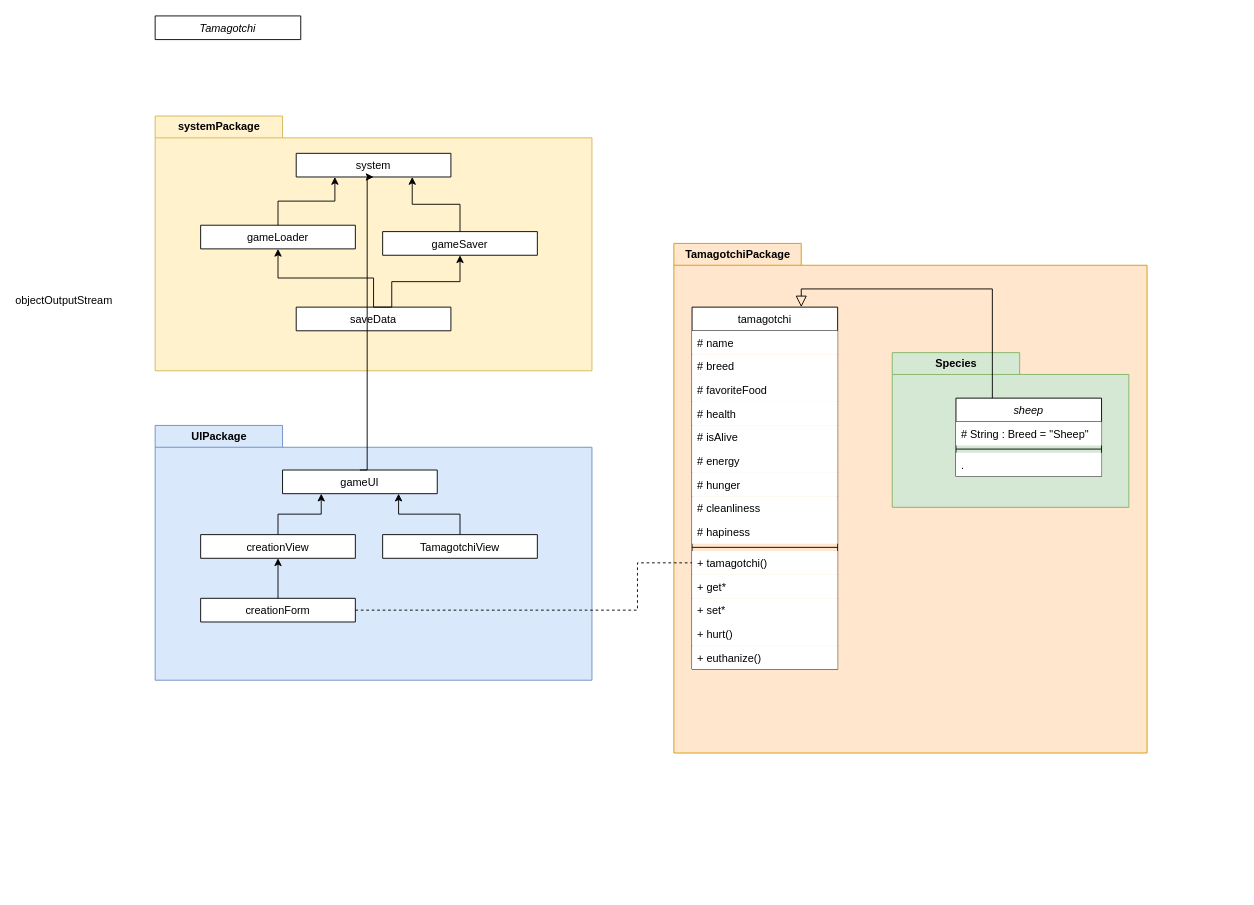
Earlier version of the draw.io diagram docs/classe.drawio (TheoGicquel/EggFriend). Source tidied: cells renumbered, new cells numbered last; positions are measured from the earlier drawing's top-left corner, leaving out a move shared by most shapes. Both pictures are drawn from the tidied source at 91%, with x=0, y=0 at pixel (36, 15).
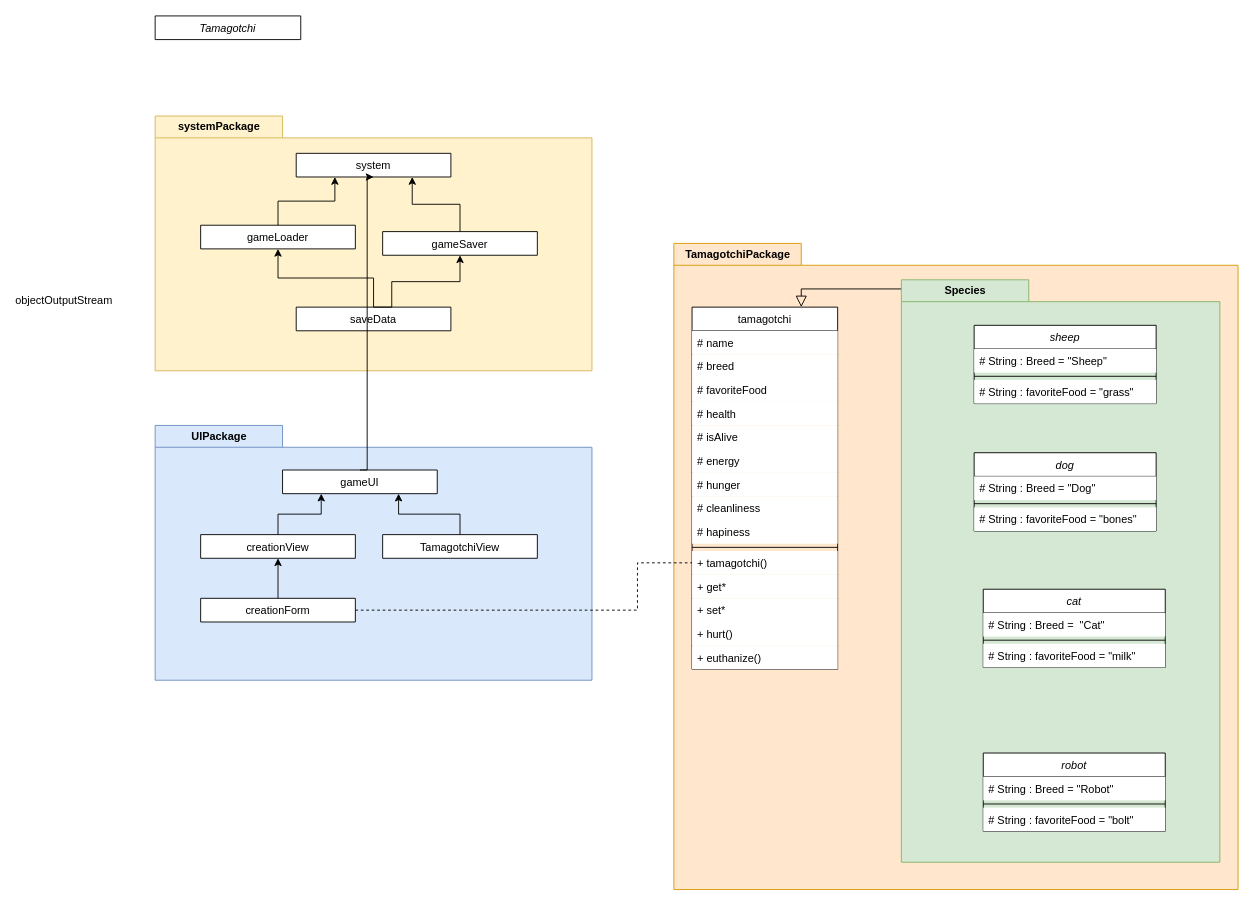
After the change.

What changed in the source:
```diff
@@
     <mxCell id="4" value="TamagotchiPackage" style="shape=folder;fontStyle=1;tabWidth=140;tabHeight=24;tabPosition=left;html=1;boundedLbl=1;labelInHeader=1;fillColor=#ffe6cc;strokeColor=#d79b00;" parent="1" vertex="1">
-      <mxGeometry x="700" y="250" width="520" height="560" as="geometry" />
+      <mxGeometry x="700" y="250" width="620" height="710" as="geometry" />
     </mxCell>
-    <mxCell id="5" value="Species" style="shape=folder;fontStyle=1;tabWidth=140;tabHeight=24;tabPosition=left;html=1;boundedLbl=1;labelInHeader=1;fillColor=#d5e8d4;strokeColor=#82b366;" parent="4" vertex="1">
-      <mxGeometry x="240" y="120" width="260" height="170" as="geometry" />
-    </mxCell>
-    <mxCell id="6" value="sheep" style="swimlane;fontStyle=2;align=center;verticalAlign=top;horizontal=1;startSize=26;rounded=0;shadow=0;strokeWidth=1;" parent="5" vertex="1">
-      <mxGeometry x="70" y="50" width="160" height="86" as="geometry" />
-    </mxCell>
-    <mxCell id="7" value="# String : Breed = &quot;Sheep&quot;" style="text;align=left;verticalAlign=top;spacingLeft=4;spacingRight=4;overflow=hidden;fillColor=default;" parent="6" vertex="1">
-      <mxGeometry y="26" width="160" height="26" as="geometry" />
-    </mxCell>
-    <mxCell id="8" style="line;html=1;strokeWidth=1;align=left;verticalAlign=middle;spacingTop=-1;spacingLeft=3;spacingRight=3;labelPosition=right;" parent="6" vertex="1">
-      <mxGeometry y="52" width="160" height="8" as="geometry" />
-    </mxCell>
-    <mxCell id="9" value="." style="text;align=left;verticalAlign=top;spacingLeft=4;spacingRight=4;overflow=hidden;fillColor=default;" parent="6" vertex="1">
-      <mxGeometry y="60" width="160" height="26" as="geometry" />
-    </mxCell>
@@
+    <mxCell id="5" value="Species" style="shape=folder;fontStyle=1;tabWidth=140;tabHeight=24;tabPosition=left;html=1;boundedLbl=1;labelInHeader=1;fillColor=#d5e8d4;strokeColor=#82b366;" parent="4" vertex="1">
+      <mxGeometry x="250" y="40" width="350" height="640" as="geometry" />
+    </mxCell>
+    <mxCell id="6" value="sheep" style="swimlane;fontStyle=2;align=center;verticalAlign=top;horizontal=1;startSize=26;rounded=0;shadow=0;strokeWidth=1;" parent="5" vertex="1">
+      <mxGeometry x="80" y="50" width="200" height="86" as="geometry" />
+    </mxCell>
+    <mxCell id="7" value="# String : Breed = &quot;Sheep&quot;" style="text;align=left;verticalAlign=top;spacingLeft=4;spacingRight=4;overflow=hidden;fillColor=default;" parent="6" vertex="1">
+      <mxGeometry y="26" width="200" height="26" as="geometry" />
+    </mxCell>
+    <mxCell id="8" style="line;html=1;strokeWidth=1;align=left;verticalAlign=middle;spacingTop=-1;spacingLeft=3;spacingRight=3;labelPosition=right;" parent="6" vertex="1">
+      <mxGeometry y="52" width="200" height="8" as="geometry" />
+    </mxCell>
+    <mxCell id="9" value="# String : favoriteFood = &quot;grass&quot;&#10;" style="text;align=left;verticalAlign=top;spacingLeft=4;spacingRight=4;overflow=hidden;fillColor=default;" parent="6" vertex="1">
+      <mxGeometry y="60" width="200" height="26" as="geometry" />
+    </mxCell>
+    <mxCell id="54" value="dog" style="swimlane;fontStyle=2;align=center;verticalAlign=top;horizontal=1;startSize=26;rounded=0;shadow=0;strokeWidth=1;" parent="5" vertex="1">
+      <mxGeometry x="80" y="190" width="200" height="86" as="geometry" />
+    </mxCell>
+    <mxCell id="55" value="# String : Breed = &quot;Dog&quot;" style="text;align=left;verticalAlign=top;spacingLeft=4;spacingRight=4;overflow=hidden;fillColor=default;" parent="54" vertex="1">
+      <mxGeometry y="26" width="200" height="26" as="geometry" />
+    </mxCell>
+    <mxCell id="56" style="line;html=1;strokeWidth=1;align=left;verticalAlign=middle;spacingTop=-1;spacingLeft=3;spacingRight=3;labelPosition=right;" parent="54" vertex="1">
+      <mxGeometry y="52" width="200" height="8" as="geometry" />
+    </mxCell>
+    <mxCell id="57" value="# String : favoriteFood = &quot;bones&quot;&#10;" style="text;align=left;verticalAlign=top;spacingLeft=4;spacingRight=4;overflow=hidden;fillColor=default;" parent="54" vertex="1">
+      <mxGeometry y="60" width="200" height="26" as="geometry" />
+    </mxCell>
+    <mxCell id="58" value="cat&#10;&#10;" style="swimlane;fontStyle=2;align=center;verticalAlign=top;horizontal=1;startSize=26;rounded=0;shadow=0;strokeWidth=1;" parent="5" vertex="1">
+      <mxGeometry x="90" y="340" width="200" height="86" as="geometry" />
+    </mxCell>
+    <mxCell id="59" value="# String : Breed =  &quot;Cat&quot;" style="text;align=left;verticalAlign=top;spacingLeft=4;spacingRight=4;overflow=hidden;fillColor=default;" parent="58" vertex="1">
+      <mxGeometry y="26" width="200" height="26" as="geometry" />
+    </mxCell>
+    <mxCell id="60" style="line;html=1;strokeWidth=1;align=left;verticalAlign=middle;spacingTop=-1;spacingLeft=3;spacingRight=3;labelPosition=right;" parent="58" vertex="1">
+      <mxGeometry y="52" width="200" height="8" as="geometry" />
+    </mxCell>
+    <mxCell id="61" value="# String : favoriteFood = &quot;milk&quot;&#10;" style="text;align=left;verticalAlign=top;spacingLeft=4;spacingRight=4;overflow=hidden;fillColor=default;" parent="58" vertex="1">
+      <mxGeometry y="60" width="200" height="26" as="geometry" />
+    </mxCell>
+    <mxCell id="62" value="robot" style="swimlane;fontStyle=2;align=center;verticalAlign=top;horizontal=1;startSize=26;rounded=0;shadow=0;strokeWidth=1;" parent="5" vertex="1">
+      <mxGeometry x="90" y="520" width="200" height="86" as="geometry" />
+    </mxCell>
+    <mxCell id="63" value="# String : Breed = &quot;Robot&quot;" style="text;align=left;verticalAlign=top;spacingLeft=4;spacingRight=4;overflow=hidden;fillColor=default;" parent="62" vertex="1">
+      <mxGeometry y="26" width="200" height="26" as="geometry" />
+    </mxCell>
+    <mxCell id="64" style="line;html=1;strokeWidth=1;align=left;verticalAlign=middle;spacingTop=-1;spacingLeft=3;spacingRight=3;labelPosition=right;" parent="62" vertex="1">
+      <mxGeometry y="52" width="200" height="8" as="geometry" />
+    </mxCell>
+    <mxCell id="65" value="# String : favoriteFood = &quot;bolt&quot;&#10;" style="text;align=left;verticalAlign=top;spacingLeft=4;spacingRight=4;overflow=hidden;fillColor=default;" parent="62" vertex="1">
+      <mxGeometry y="60" width="200" height="26" as="geometry" />
+    </mxCell>
```
